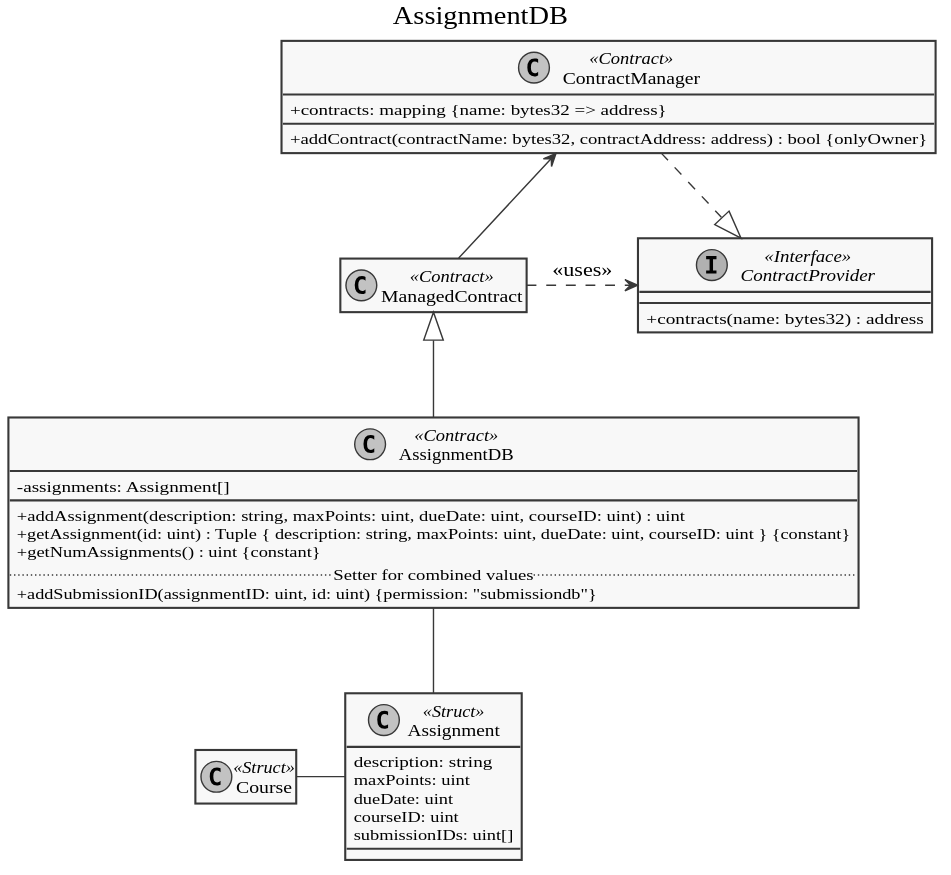
The PlantUML diagram doc/diagrams/export/contracts/assignmentdb.svg in dev-tee/blockpass, before a commit. The source it was exported from:
```plantuml
@startuml


skinparam monochrome true
skinparam shadowing false
skinparam classAttributeIconSize 0
skinparam defaultFontName "Source Sans Pro Semibold"








title Owned

class Owned << Contract >> {
  +owner: address
  __
  +Owned()
  .. Modifier ..
  #onlyOwner()
}



title ContractProvider

interface ContractProvider << Interface >> {
  +contracts(name: bytes32) : address
}


title ContractManager

class ContractManager << Contract >> {
  +contracts: mapping {name: bytes32 => address}
  +addContract(contractName: bytes32, contractAddress: address) : bool {onlyOwner}
}

ContractManager -up-|> Owned

ContractManager .down.|> ContractProvider


title ManagedContract

class ManagedContract << Contract >> {
  #MAN: address
  __
  +setContractManagerAddress(contractManagerAddress: address) : bool
  .. Modifier ..
  #permission(permittedSender: bytes32)
}

ManagedContract .right.> ContractProvider : << uses >>
ManagedContract -up-> ContractManager

hide Owned




title CourseDB

class Course << Struct >> {
  description: string
  ectsPoints: uint
  name: bytes32
  assignmentIDs: uint[]
  testIDs: uint[]
  courseParticipationIDs: bytes32[]
  courseSupervisionIDs: bytes32[]
}

class CourseDB << Contract >> {
  -courses: Course[]
  __
  +addCourse(description: string, name: bytes32, ectsPoints: uint) : uint
  +getCourse(id: uint) : Tuple { description: string, name: bytes32, ectsPoints: uint } {constant}
  +getNumCourses() : uint {constant}
  .. Setter for combined values ..
  +addCourseParticipationID(courseID: uint, id: bytes32) {permission: "courseparticipationdb" }
  +addCourseSupervisionID(courseID: uint, id: bytes32) {permission: "coursesupervisiondb"}
  +addAssignmentID(courseID: uint, id: uint) {permission: "assignmentdb"}
  +addTestID(courseID: uint, id: uint) {permission: "testdb"}
}

CourseDB -up-|> ManagedContract
CourseDB -down- Course

hide ManagedContract members


title AssignmentDB

class Assignment << Struct >> {
  description: string
  maxPoints: uint
  dueDate: uint
  courseID: uint
  submissionIDs: uint[]
}

class AssignmentDB << Contract >> {
  -assignments: Assignment[]
  __
  +addAssignment(description: string, maxPoints: uint, dueDate: uint, courseID: uint) : uint
  +getAssignment(id: uint) : Tuple { description: string, maxPoints: uint, dueDate: uint, courseID: uint } {constant}
  +getNumAssignments() : uint {constant}
  .. Setter for combined values ..
  +addSubmissionID(assignmentID: uint, id: uint) {permission: "submissiondb"}
}


AssignmentDB -up-|> ManagedContract
AssignmentDB -down- Assignment
Assignment -left- Course

hide ManagedContract members
hide CourseDB
hide Course members

@enduml
```
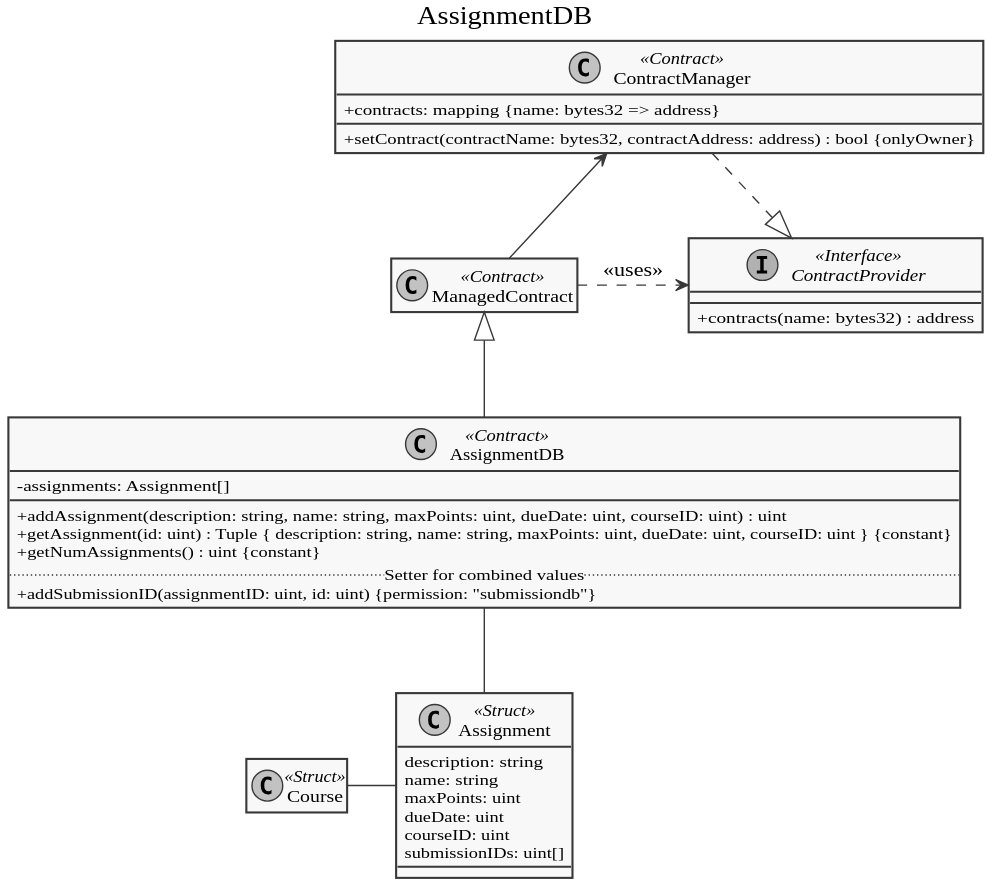
After the commit.

Diff of the diagram source:
```diff
@@ -36,7 +36,7 @@
 
 class ContractManager << Contract >> {
   +contracts: mapping {name: bytes32 => address}
-  +addContract(contractName: bytes32, contractAddress: address) : bool {onlyOwner}
+  +setContract(contractName: bytes32, contractAddress: address) : bool {onlyOwner}
 }
 
 ContractManager -up-|> Owned
@@ -66,8 +66,8 @@
 
 class Course << Struct >> {
   description: string
+  name: string
   ectsPoints: uint
-  name: bytes32
   assignmentIDs: uint[]
   testIDs: uint[]
   courseParticipationIDs: bytes32[]
@@ -77,8 +77,8 @@
 class CourseDB << Contract >> {
   -courses: Course[]
   __
-  +addCourse(description: string, name: bytes32, ectsPoints: uint) : uint
-  +getCourse(id: uint) : Tuple { description: string, name: bytes32, ectsPoints: uint } {constant}
+  +addCourse(description: string, name: string, ectsPoints: uint) : uint
+  +getCourse(id: uint) : Tuple { description: string, name: string, ectsPoints: uint } {constant}
   +getNumCourses() : uint {constant}
   .. Setter for combined values ..
   +addCourseParticipationID(courseID: uint, id: bytes32) {permission: "courseparticipationdb" }
@@ -97,6 +97,7 @@
 
 class Assignment << Struct >> {
   description: string
+  name: string
   maxPoints: uint
   dueDate: uint
   courseID: uint
@@ -106,8 +107,8 @@
 class AssignmentDB << Contract >> {
   -assignments: Assignment[]
   __
-  +addAssignment(description: string, maxPoints: uint, dueDate: uint, courseID: uint) : uint
-  +getAssignment(id: uint) : Tuple { description: string, maxPoints: uint, dueDate: uint, courseID: uint } {constant}
+  +addAssignment(description: string, name: string, maxPoints: uint, dueDate: uint, courseID: uint) : uint
+  +getAssignment(id: uint) : Tuple { description: string, name: string, maxPoints: uint, dueDate: uint, courseID: uint } {constant}
   +getNumAssignments() : uint {constant}
   .. Setter for combined values ..
   +addSubmissionID(assignmentID: uint, id: uint) {permission: "submissiondb"}
```
